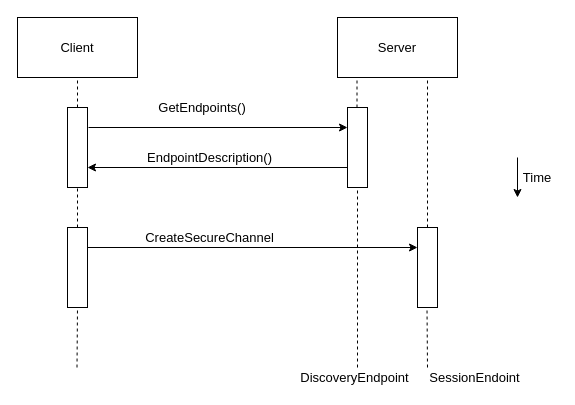
This is Untitled Diagram.drawio from RakshanPremsagar/Thesis, a draw.io file, before an edit. Source tidied: cells renumbered, new cells numbered last; positions are measured from the earlier drawing's top-left corner, leaving out a move shared by most shapes. Both pictures are drawn from the tidied source at 100%, with x=0, y=0 at pixel (17, 17).
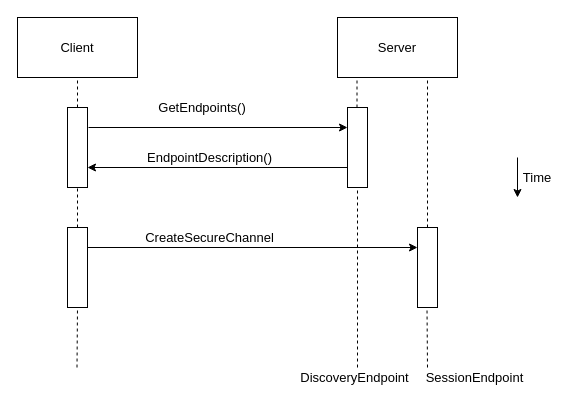
The same page after the edit.

What changed in the source:
```diff
@@
-    <mxCell id="24" value="SessionEndoint" style="text;html=1;strokeColor=none;fillColor=none;align=center;verticalAlign=middle;whiteSpace=wrap;rounded=0;fontSize=13;" parent="1" vertex="1">
+    <mxCell id="24" value="SessionEndpoint" style="text;html=1;strokeColor=none;fillColor=none;align=center;verticalAlign=middle;whiteSpace=wrap;rounded=0;fontSize=13;" parent="1" vertex="1">
       <mxGeometry x="400" y="350" width="115" height="20" as="geometry" />
     </mxCell>
```
